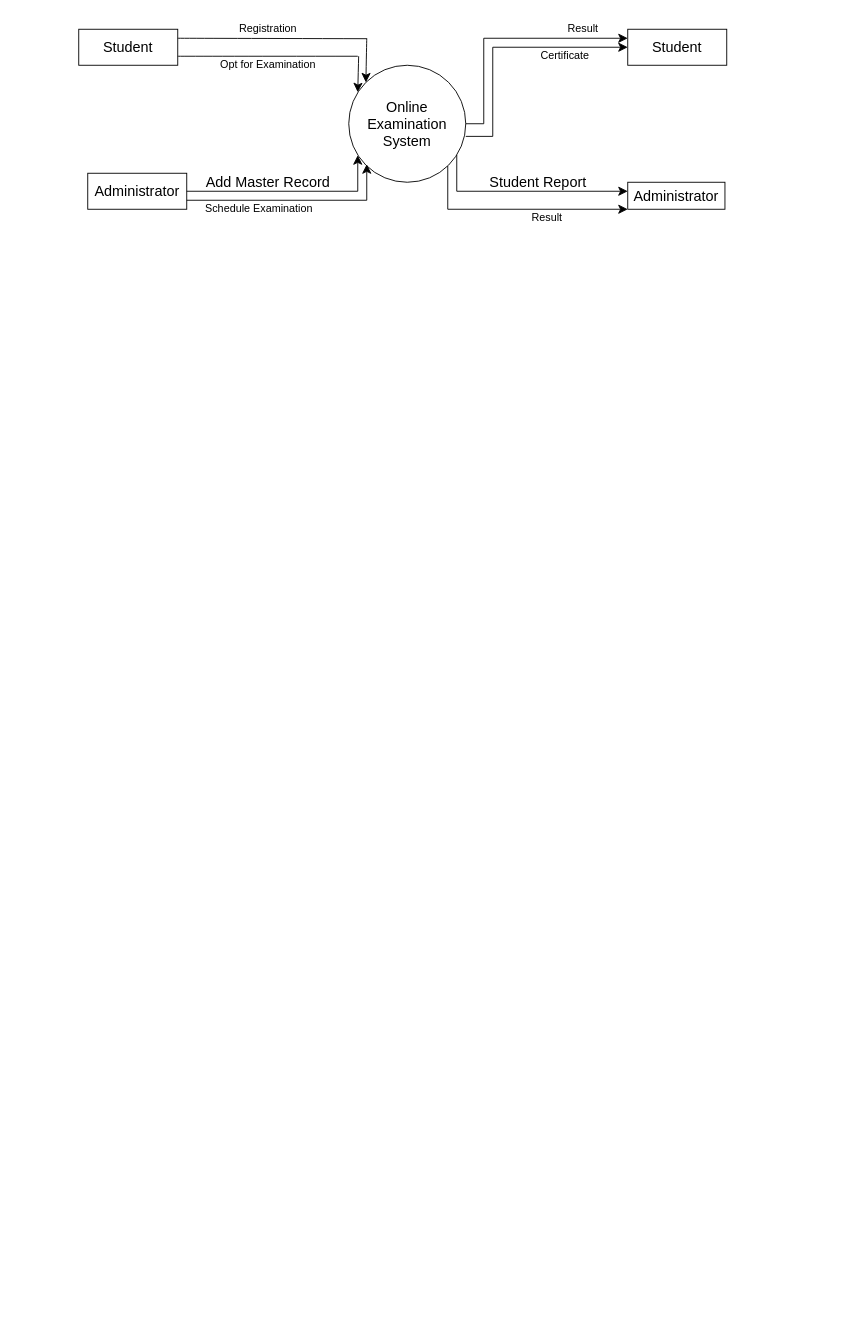
githubtanush/Web-Tanush-Arora keeps this draw.io diagram as Untitled Diagram.drawio. Above is the earlier version. Source tidied: cells renumbered, new cells numbered last; positions are measured from the earlier drawing's top-left corner, leaving out a move shared by most shapes. Both pictures are drawn from the tidied source at 90%, with x=0, y=0 at pixel (78, 15).
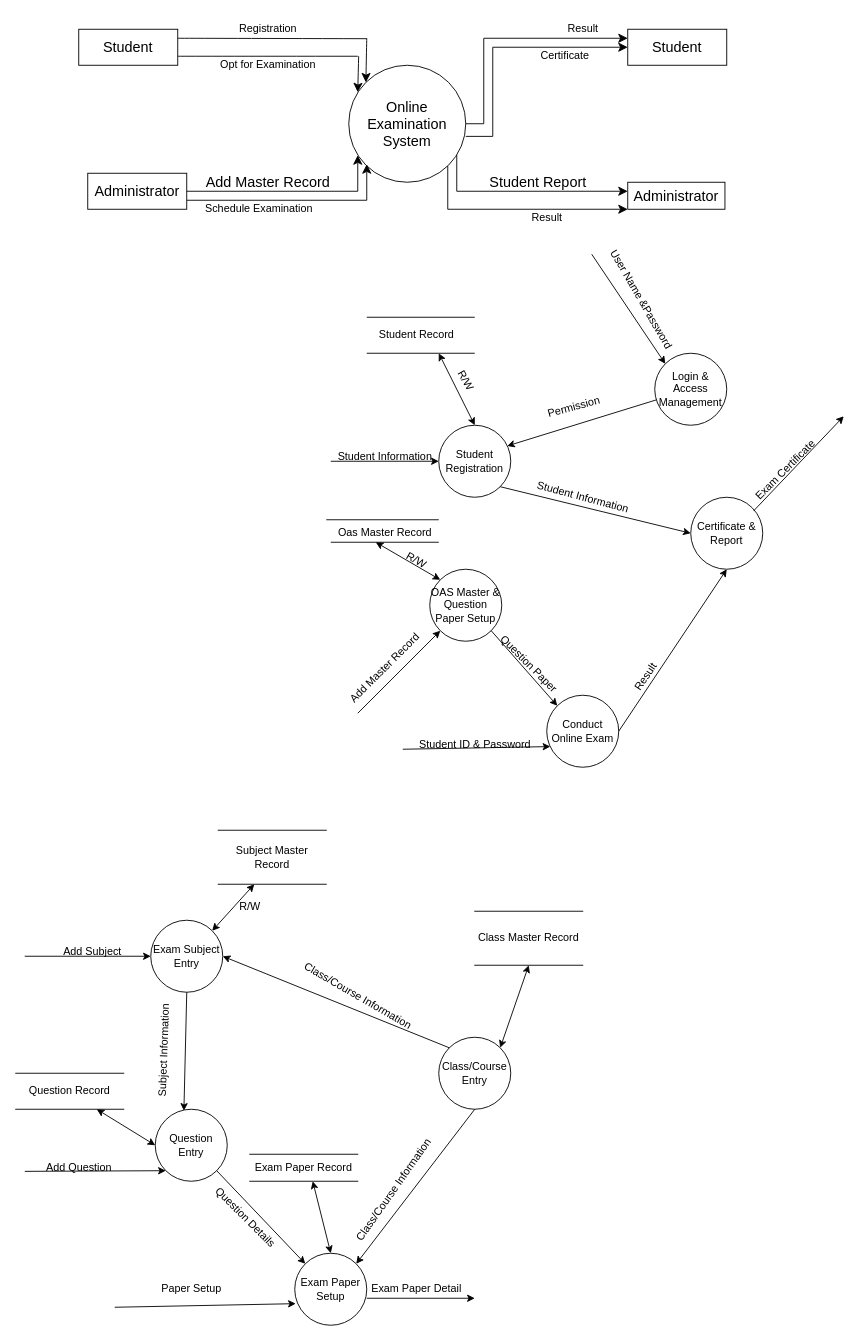
Above is the later version.

Diff of the diagram source:
```diff
@@
+    <mxCell id="25" value="Login &amp;amp; Access Management" style="ellipse;whiteSpace=wrap;html=1;" parent="1" vertex="1">
+      <mxGeometry x="640" y="375" width="80" height="80" as="geometry" />
+    </mxCell>
+    <mxCell id="26" value="OAS Master &amp;amp; Question Paper Setup" style="ellipse;whiteSpace=wrap;html=1;" parent="1" vertex="1">
+      <mxGeometry x="390" y="615" width="80" height="80" as="geometry" />
+    </mxCell>
+    <mxCell id="27" value="Conduct Online Exam" style="ellipse;whiteSpace=wrap;html=1;" parent="1" vertex="1">
+      <mxGeometry x="520" y="755" width="80" height="80" as="geometry" />
+    </mxCell>
+    <mxCell id="28" value="Certificate &amp;amp; Report" style="ellipse;whiteSpace=wrap;html=1;" parent="1" vertex="1">
+      <mxGeometry x="680" y="535" width="80" height="80" as="geometry" />
+    </mxCell>
+    <mxCell id="29" value="Student Registration" style="ellipse;whiteSpace=wrap;html=1;" parent="1" vertex="1">
+      <mxGeometry x="400" y="455" width="80" height="80" as="geometry" />
+    </mxCell>
+    <mxCell id="30" style="endArrow=classic;html=1;rounded=0;entryX=0;entryY=0;entryDx=0;entryDy=0;" parent="1" edge="1" target="25">
+      <mxGeometry relative="1" as="geometry">
+        <mxPoint x="570" y="265" as="sourcePoint" />
+      </mxGeometry>
+    </mxCell>
+    <mxCell id="31" style="endArrow=classic;html=1;rounded=0;entryX=0.95;entryY=0.288;entryDx=0;entryDy=0;entryPerimeter=0;" parent="1" edge="1" source="25" target="29">
+      <mxGeometry relative="1" as="geometry" />
+    </mxCell>
+    <mxCell id="32" style="endArrow=classic;html=1;rounded=0;entryX=0;entryY=0.5;entryDx=0;entryDy=0;exitX=1;exitY=1;exitDx=0;exitDy=0;" parent="1" edge="1" source="29" target="28">
+      <mxGeometry relative="1" as="geometry" />
+    </mxCell>
+    <mxCell id="33" style="endArrow=classic;html=1;rounded=0;entryX=0;entryY=0;entryDx=0;entryDy=0;exitX=1;exitY=1;exitDx=0;exitDy=0;" parent="1" edge="1" source="26" target="27">
+      <mxGeometry relative="1" as="geometry" />
+    </mxCell>
+    <mxCell id="34" style="endArrow=classic;html=1;rounded=0;entryX=0.5;entryY=1;entryDx=0;entryDy=0;exitX=1;exitY=0.5;exitDx=0;exitDy=0;" parent="1" edge="1" source="27" target="28">
+      <mxGeometry relative="1" as="geometry" />
+    </mxCell>
+    <mxCell id="35" style="endArrow=classic;html=1;rounded=0;entryX=0.05;entryY=0.713;entryDx=0;entryDy=0;entryPerimeter=0;" parent="1" edge="1" target="27">
+      <mxGeometry relative="1" as="geometry">
+        <mxPoint x="360" y="815" as="sourcePoint" />
+      </mxGeometry>
+    </mxCell>
+    <mxCell id="36" value="User Name &amp;amp;Password" style="text;html=1;align=center;verticalAlign=middle;strokeColor=none;fillColor=none;rotation=60;" parent="1" vertex="1">
+      <mxGeometry x="550" y="300" width="150" height="30" as="geometry" />
+    </mxCell>
+    <mxCell id="37" value="Permission" style="text;html=1;align=center;verticalAlign=middle;strokeColor=none;fillColor=none;rotation=-15;" parent="1" vertex="1">
+      <mxGeometry x="510" y="420" width="80" height="30" as="geometry" />
+    </mxCell>
+    <mxCell id="38" style="endArrow=classic;html=1;rounded=0;entryX=0;entryY=0.5;entryDx=0;entryDy=0;" parent="1" edge="1" target="29">
+      <mxGeometry relative="1" as="geometry">
+        <mxPoint x="280" y="495" as="sourcePoint" />
+      </mxGeometry>
+    </mxCell>
+    <mxCell id="39" value="Student Information" style="text;html=1;align=center;verticalAlign=middle;strokeColor=none;fillColor=none;" parent="1" vertex="1">
+      <mxGeometry x="275" y="475" width="130" height="30" as="geometry" />
+    </mxCell>
+    <mxCell id="40" value="Student Information&lt;br&gt;" style="text;html=1;align=center;verticalAlign=middle;strokeColor=none;fillColor=none;rotation=15;" parent="1" vertex="1">
+      <mxGeometry x="495" y="520" width="130" height="30" as="geometry" />
+    </mxCell>
+    <mxCell id="41" style="endArrow=classic;html=1;rounded=0;" parent="1" edge="1">
+      <mxGeometry relative="1" as="geometry">
+        <mxPoint x="750" y="550" as="sourcePoint" />
+        <mxPoint x="850" y="445" as="targetPoint" />
+      </mxGeometry>
+    </mxCell>
+    <mxCell id="42" value="Exam Certificate" style="text;html=1;align=center;verticalAlign=middle;strokeColor=none;fillColor=none;rotation=-45;" parent="1" vertex="1">
+      <mxGeometry x="730" y="490" width="110" height="30" as="geometry" />
+    </mxCell>
+    <mxCell id="43" value="Result" style="text;html=1;align=center;verticalAlign=middle;strokeColor=none;fillColor=none;rotation=-56;" parent="1" vertex="1">
+      <mxGeometry x="600" y="720" width="60" height="30" as="geometry" />
+    </mxCell>
+    <mxCell id="44" value="Question Paper" style="text;html=1;align=center;verticalAlign=middle;strokeColor=none;fillColor=none;rotation=45;" parent="1" vertex="1">
+      <mxGeometry x="445" y="705" width="110" height="30" as="geometry" />
+    </mxCell>
+    <mxCell id="45" value="Student ID &amp;amp; Password" style="text;html=1;align=center;verticalAlign=middle;strokeColor=none;fillColor=none;" parent="1" vertex="1">
+      <mxGeometry x="365" y="795" width="150" height="30" as="geometry" />
+    </mxCell>
+    <mxCell id="46" style="endArrow=classic;startArrow=classic;html=1;rounded=0;entryX=0;entryY=0;entryDx=0;entryDy=0;" parent="1" edge="1" target="26">
+      <mxGeometry relative="1" as="geometry">
+        <mxPoint x="330" y="585" as="sourcePoint" />
+      </mxGeometry>
+    </mxCell>
+    <mxCell id="47" style="endArrow=none;html=1;rounded=0;" parent="1" edge="1">
+      <mxGeometry relative="1" as="geometry">
+        <mxPoint x="400" y="585" as="sourcePoint" />
+        <mxPoint x="280" y="585" as="targetPoint" />
+      </mxGeometry>
+    </mxCell>
+    <mxCell id="48" style="endArrow=none;html=1;rounded=0;" parent="1" edge="1">
+      <mxGeometry relative="1" as="geometry">
+        <mxPoint x="275" y="560" as="sourcePoint" />
+        <mxPoint x="400" y="560" as="targetPoint" />
+      </mxGeometry>
+    </mxCell>
+    <mxCell id="49" value="Oas Master Record" style="text;html=1;align=center;verticalAlign=middle;strokeColor=none;fillColor=none;" parent="1" vertex="1">
+      <mxGeometry x="275" y="560" width="130" height="30" as="geometry" />
+    </mxCell>
+    <mxCell id="50" value="R/W" style="text;html=1;align=center;verticalAlign=middle;strokeColor=none;fillColor=none;rotation=30;" parent="1" vertex="1">
+      <mxGeometry x="350" y="590" width="50" height="30" as="geometry" />
+    </mxCell>
+    <mxCell id="51" style="endArrow=classic;html=1;rounded=0;entryX=0;entryY=1;entryDx=0;entryDy=0;" parent="1" edge="1" target="26">
+      <mxGeometry relative="1" as="geometry">
+        <mxPoint x="310" y="775" as="sourcePoint" />
+      </mxGeometry>
+    </mxCell>
+    <mxCell id="52" value="Add Master Record" style="text;html=1;align=center;verticalAlign=middle;strokeColor=none;fillColor=none;rotation=-45;" parent="1" vertex="1">
+      <mxGeometry x="275" y="710" width="130" height="30" as="geometry" />
+    </mxCell>
+    <mxCell id="53" style="endArrow=none;html=1;rounded=0;" parent="1" edge="1">
+      <mxGeometry relative="1" as="geometry">
+        <mxPoint x="320" y="375" as="sourcePoint" />
+        <mxPoint x="440" y="375" as="targetPoint" />
+      </mxGeometry>
+    </mxCell>
+    <mxCell id="54" style="endArrow=none;html=1;rounded=0;" parent="1" edge="1">
+      <mxGeometry relative="1" as="geometry">
+        <mxPoint x="320" y="335" as="sourcePoint" />
+        <mxPoint x="440" y="335" as="targetPoint" />
+      </mxGeometry>
+    </mxCell>
+    <mxCell id="55" value="Student Record" style="text;html=1;align=center;verticalAlign=middle;strokeColor=none;fillColor=none;" parent="1" vertex="1">
+      <mxGeometry x="320" y="340" width="110" height="30" as="geometry" />
+    </mxCell>
+    <mxCell id="56" style="endArrow=classic;startArrow=classic;html=1;rounded=0;exitX=0.5;exitY=0;exitDx=0;exitDy=0;" parent="1" edge="1" source="29">
+      <mxGeometry relative="1" as="geometry">
+        <mxPoint x="400" y="375" as="targetPoint" />
+      </mxGeometry>
+    </mxCell>
+    <mxCell id="57" value="R/W" style="text;html=1;align=center;verticalAlign=middle;strokeColor=none;fillColor=none;rotation=60;" parent="1" vertex="1">
+      <mxGeometry x="405" y="390" width="50" height="30" as="geometry" />
+    </mxCell>
+    <mxCell id="58" value="Exam Subject Entry" style="ellipse;whiteSpace=wrap;html=1;" parent="1" vertex="1">
+      <mxGeometry x="80" y="1005" width="80" height="80" as="geometry" />
+    </mxCell>
+    <mxCell id="59" value="Exam Paper Setup" style="ellipse;whiteSpace=wrap;html=1;" parent="1" vertex="1">
+      <mxGeometry x="240" y="1375" width="80" height="80" as="geometry" />
+    </mxCell>
+    <mxCell id="60" value="Question Entry" style="ellipse;whiteSpace=wrap;html=1;" parent="1" vertex="1">
+      <mxGeometry x="85" y="1215" width="80" height="80" as="geometry" />
+    </mxCell>
+    <mxCell id="61" value="Class/Course Entry&lt;br&gt;" style="ellipse;whiteSpace=wrap;html=1;" parent="1" vertex="1">
+      <mxGeometry x="400" y="1135" width="80" height="80" as="geometry" />
+    </mxCell>
+    <mxCell id="62" style="endArrow=classic;startArrow=classic;html=1;rounded=0;exitX=1;exitY=0;exitDx=0;exitDy=0;" parent="1" edge="1" source="58">
+      <mxGeometry relative="1" as="geometry">
+        <mxPoint x="195" y="965" as="targetPoint" />
+      </mxGeometry>
+    </mxCell>
+    <mxCell id="63" value="Subject Master Record" style="shape=partialRectangle;whiteSpace=wrap;html=1;left=0;right=0;fillColor=none;" parent="1" vertex="1">
+      <mxGeometry x="155" y="905" width="120" height="60" as="geometry" />
+    </mxCell>
+    <mxCell id="64" value="R/W" style="text;html=1;align=center;verticalAlign=middle;strokeColor=none;fillColor=none;" parent="1" vertex="1">
+      <mxGeometry x="165" y="975" width="50" height="30" as="geometry" />
+    </mxCell>
+    <mxCell id="65" style="endArrow=classic;html=1;rounded=0;entryX=1;entryY=0.5;entryDx=0;entryDy=0;exitX=0;exitY=0;exitDx=0;exitDy=0;" parent="1" edge="1" source="61" target="58">
+      <mxGeometry relative="1" as="geometry" />
+    </mxCell>
+    <mxCell id="66" style="endArrow=classic;html=1;rounded=0;entryX=1;entryY=0;entryDx=0;entryDy=0;exitX=0.5;exitY=1;exitDx=0;exitDy=0;" parent="1" edge="1" source="61" target="59">
+      <mxGeometry relative="1" as="geometry" />
+    </mxCell>
+    <mxCell id="67" style="endArrow=classic;html=1;rounded=0;exitX=1;exitY=1;exitDx=0;exitDy=0;entryX=0;entryY=0;entryDx=0;entryDy=0;" parent="1" edge="1" source="60" target="59">
+      <mxGeometry relative="1" as="geometry" />
+    </mxCell>
+    <mxCell id="68" style="endArrow=classic;html=1;rounded=0;exitX=0.5;exitY=1;exitDx=0;exitDy=0;entryX=0.398;entryY=0.021;entryDx=0;entryDy=0;entryPerimeter=0;" parent="1" edge="1" source="58" target="60">
+      <mxGeometry relative="1" as="geometry" />
+    </mxCell>
+    <mxCell id="69" style="endArrow=classic;startArrow=classic;html=1;rounded=0;" parent="1" edge="1">
+      <mxGeometry relative="1" as="geometry">
+        <mxPoint x="260" y="1295" as="sourcePoint" />
+        <mxPoint x="280" y="1375" as="targetPoint" />
+      </mxGeometry>
+    </mxCell>
+    <mxCell id="70" value="Exam Paper Record" style="shape=partialRectangle;whiteSpace=wrap;html=1;left=0;right=0;fillColor=none;" parent="1" vertex="1">
+      <mxGeometry x="190" y="1265" width="120" height="30" as="geometry" />
+    </mxCell>
+    <mxCell id="71" value="Class Master Record" style="shape=partialRectangle;whiteSpace=wrap;html=1;left=0;right=0;fillColor=none;" parent="1" vertex="1">
+      <mxGeometry x="440" y="995" width="120" height="60" as="geometry" />
+    </mxCell>
+    <mxCell id="72" style="endArrow=classic;startArrow=classic;html=1;rounded=0;exitX=1;exitY=0;exitDx=0;exitDy=0;entryX=0.5;entryY=1;entryDx=0;entryDy=0;" parent="1" edge="1" source="61" target="71">
+      <mxGeometry relative="1" as="geometry" />
+    </mxCell>
+    <mxCell id="73" style="endArrow=classic;html=1;rounded=0;entryX=0;entryY=0.5;entryDx=0;entryDy=0;" parent="1" edge="1" target="58">
+      <mxGeometry relative="1" as="geometry">
+        <mxPoint x="-60" y="1045" as="sourcePoint" />
+      </mxGeometry>
+    </mxCell>
+    <mxCell id="74" value="Add Subject" style="text;html=1;align=center;verticalAlign=middle;strokeColor=none;fillColor=none;" parent="1" vertex="1">
+      <mxGeometry x="-30" y="1025" width="90" height="30" as="geometry" />
+    </mxCell>
+    <mxCell id="75" value="Subject Information" style="text;html=1;align=center;verticalAlign=middle;strokeColor=none;fillColor=none;rotation=-88;" parent="1" vertex="1">
+      <mxGeometry x="30" y="1135" width="130" height="30" as="geometry" />
+    </mxCell>
+    <mxCell id="76" value="Question Record" style="shape=partialRectangle;whiteSpace=wrap;html=1;left=0;right=0;fillColor=none;" parent="1" vertex="1">
+      <mxGeometry x="-70" y="1175" width="120" height="40" as="geometry" />
+    </mxCell>
+    <mxCell id="77" style="endArrow=classic;startArrow=classic;html=1;rounded=0;entryX=0.75;entryY=1;entryDx=0;entryDy=0;exitX=0;exitY=0.5;exitDx=0;exitDy=0;" parent="1" edge="1" source="60" target="76">
+      <mxGeometry relative="1" as="geometry" />
+    </mxCell>
+    <mxCell id="78" style="endArrow=classic;html=1;rounded=0;entryX=0;entryY=1;entryDx=0;entryDy=0;" parent="1" edge="1" target="60">
+      <mxGeometry relative="1" as="geometry">
+        <mxPoint x="-60" y="1284" as="sourcePoint" />
+      </mxGeometry>
+    </mxCell>
+    <mxCell id="79" value="Add Question" style="text;html=1;align=center;verticalAlign=middle;strokeColor=none;fillColor=none;" parent="1" vertex="1">
+      <mxGeometry x="-50" y="1265" width="100" height="30" as="geometry" />
+    </mxCell>
+    <mxCell id="80" style="endArrow=classic;html=1;rounded=0;entryX=0.014;entryY=0.7;entryDx=0;entryDy=0;entryPerimeter=0;" parent="1" edge="1" target="59">
+      <mxGeometry relative="1" as="geometry">
+        <mxPoint x="40" y="1435" as="sourcePoint" />
+      </mxGeometry>
+    </mxCell>
+    <mxCell id="81" value="Paper Setup" style="text;html=1;align=center;verticalAlign=middle;strokeColor=none;fillColor=none;" parent="1" vertex="1">
+      <mxGeometry x="80" y="1400" width="90" height="30" as="geometry" />
+    </mxCell>
+    <mxCell id="82" style="endArrow=classic;html=1;rounded=0;" parent="1" edge="1">
+      <mxGeometry relative="1" as="geometry">
+        <mxPoint x="320" y="1425" as="sourcePoint" />
+        <mxPoint x="440" y="1425" as="targetPoint" />
+      </mxGeometry>
+    </mxCell>
+    <mxCell id="83" value="Exam Paper Detail" style="text;html=1;align=center;verticalAlign=middle;strokeColor=none;fillColor=none;" parent="1" vertex="1">
+      <mxGeometry x="315" y="1400" width="120" height="30" as="geometry" />
+    </mxCell>
+    <mxCell id="84" value="Class/Course Information" style="text;html=1;align=center;verticalAlign=middle;strokeColor=none;fillColor=none;rotation=-55;" parent="1" vertex="1">
+      <mxGeometry x="270" y="1290" width="160" height="30" as="geometry" />
+    </mxCell>
+    <mxCell id="85" value="Question Details" style="text;html=1;align=center;verticalAlign=middle;strokeColor=none;fillColor=none;rotation=45;" parent="1" vertex="1">
+      <mxGeometry x="130" y="1320" width="110" height="30" as="geometry" />
+    </mxCell>
+    <mxCell id="86" value="Class/Course Information" style="text;html=1;align=center;verticalAlign=middle;strokeColor=none;fillColor=none;rotation=30;" parent="1" vertex="1">
+      <mxGeometry x="230" y="1074" width="160" height="30" as="geometry" />
+    </mxCell>
```
